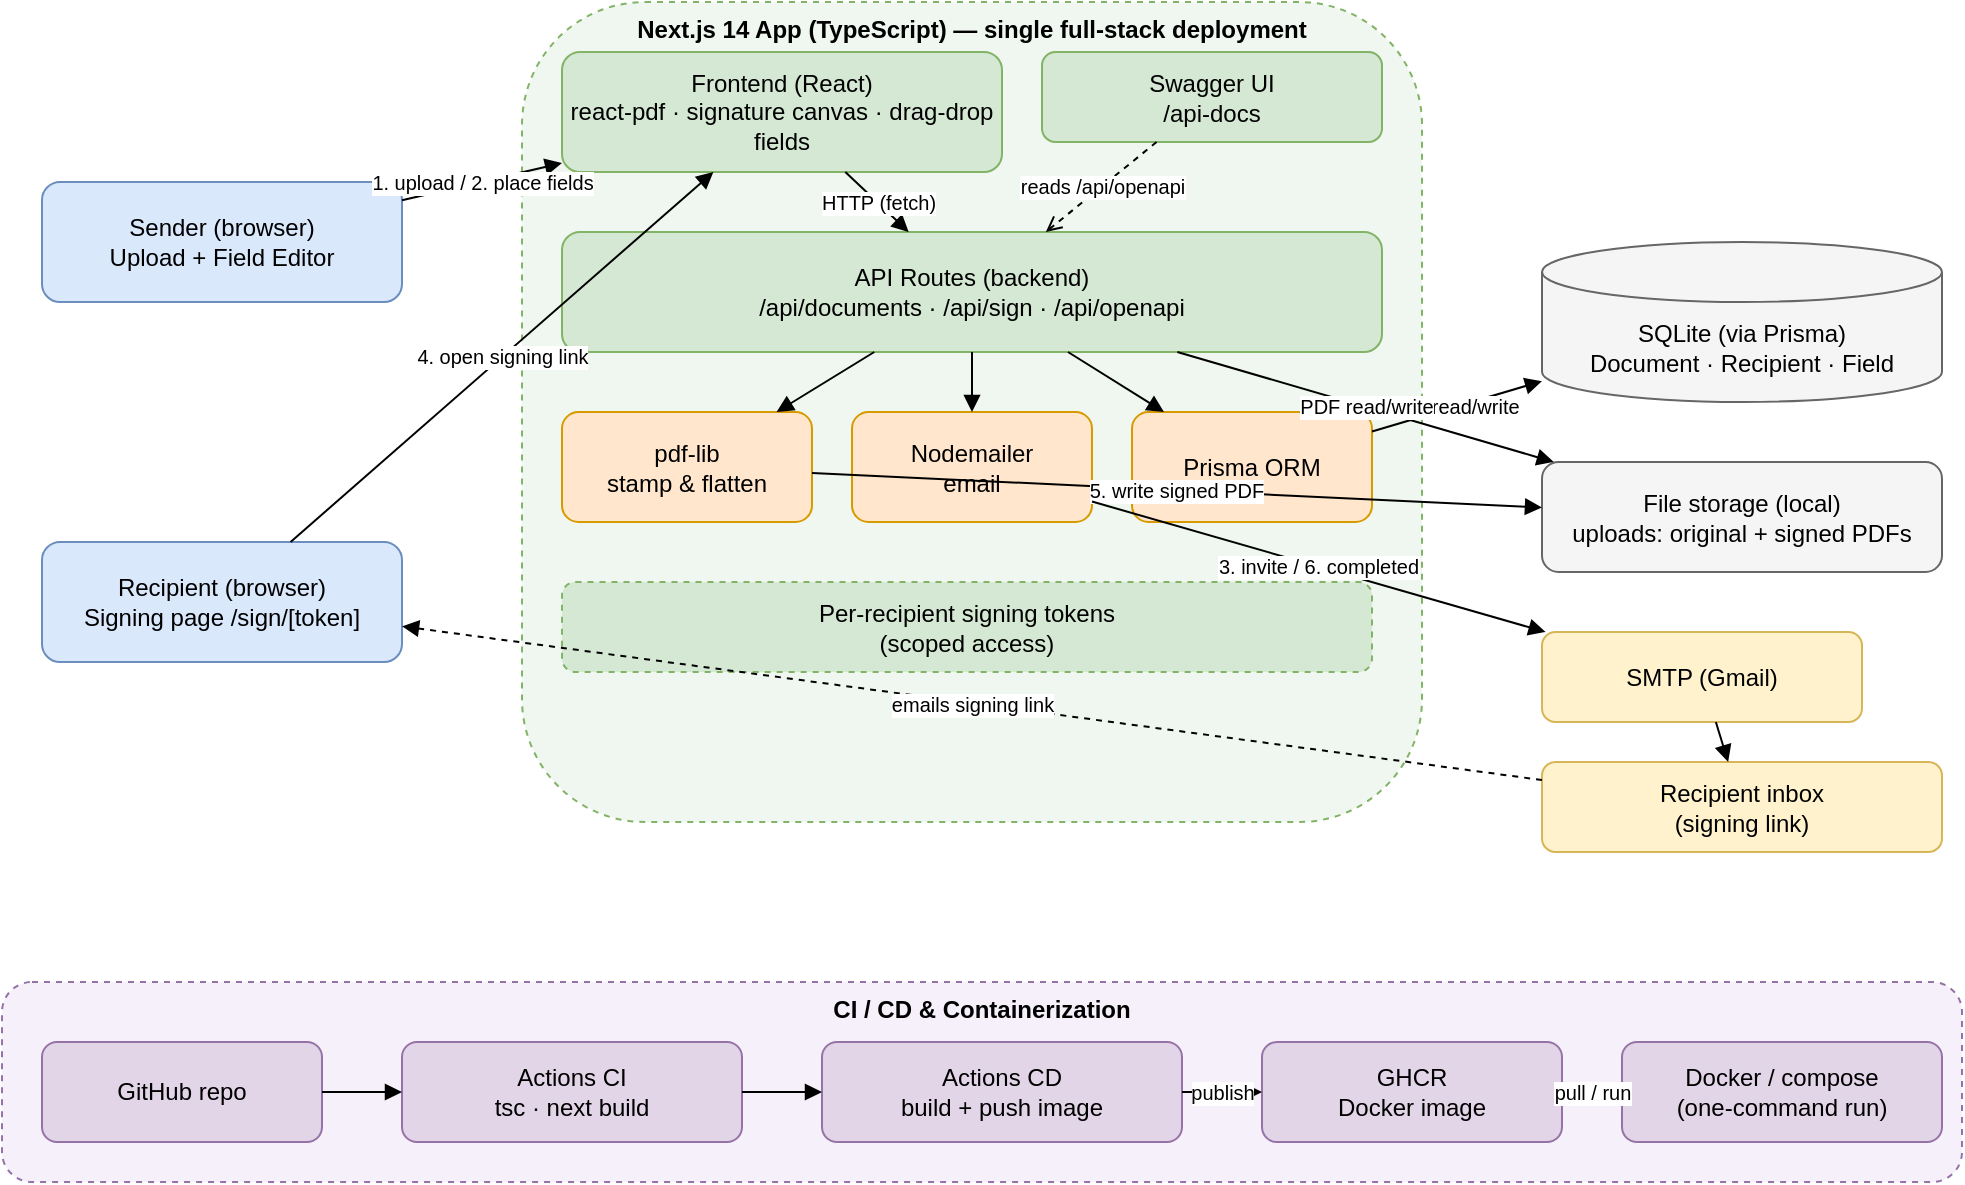
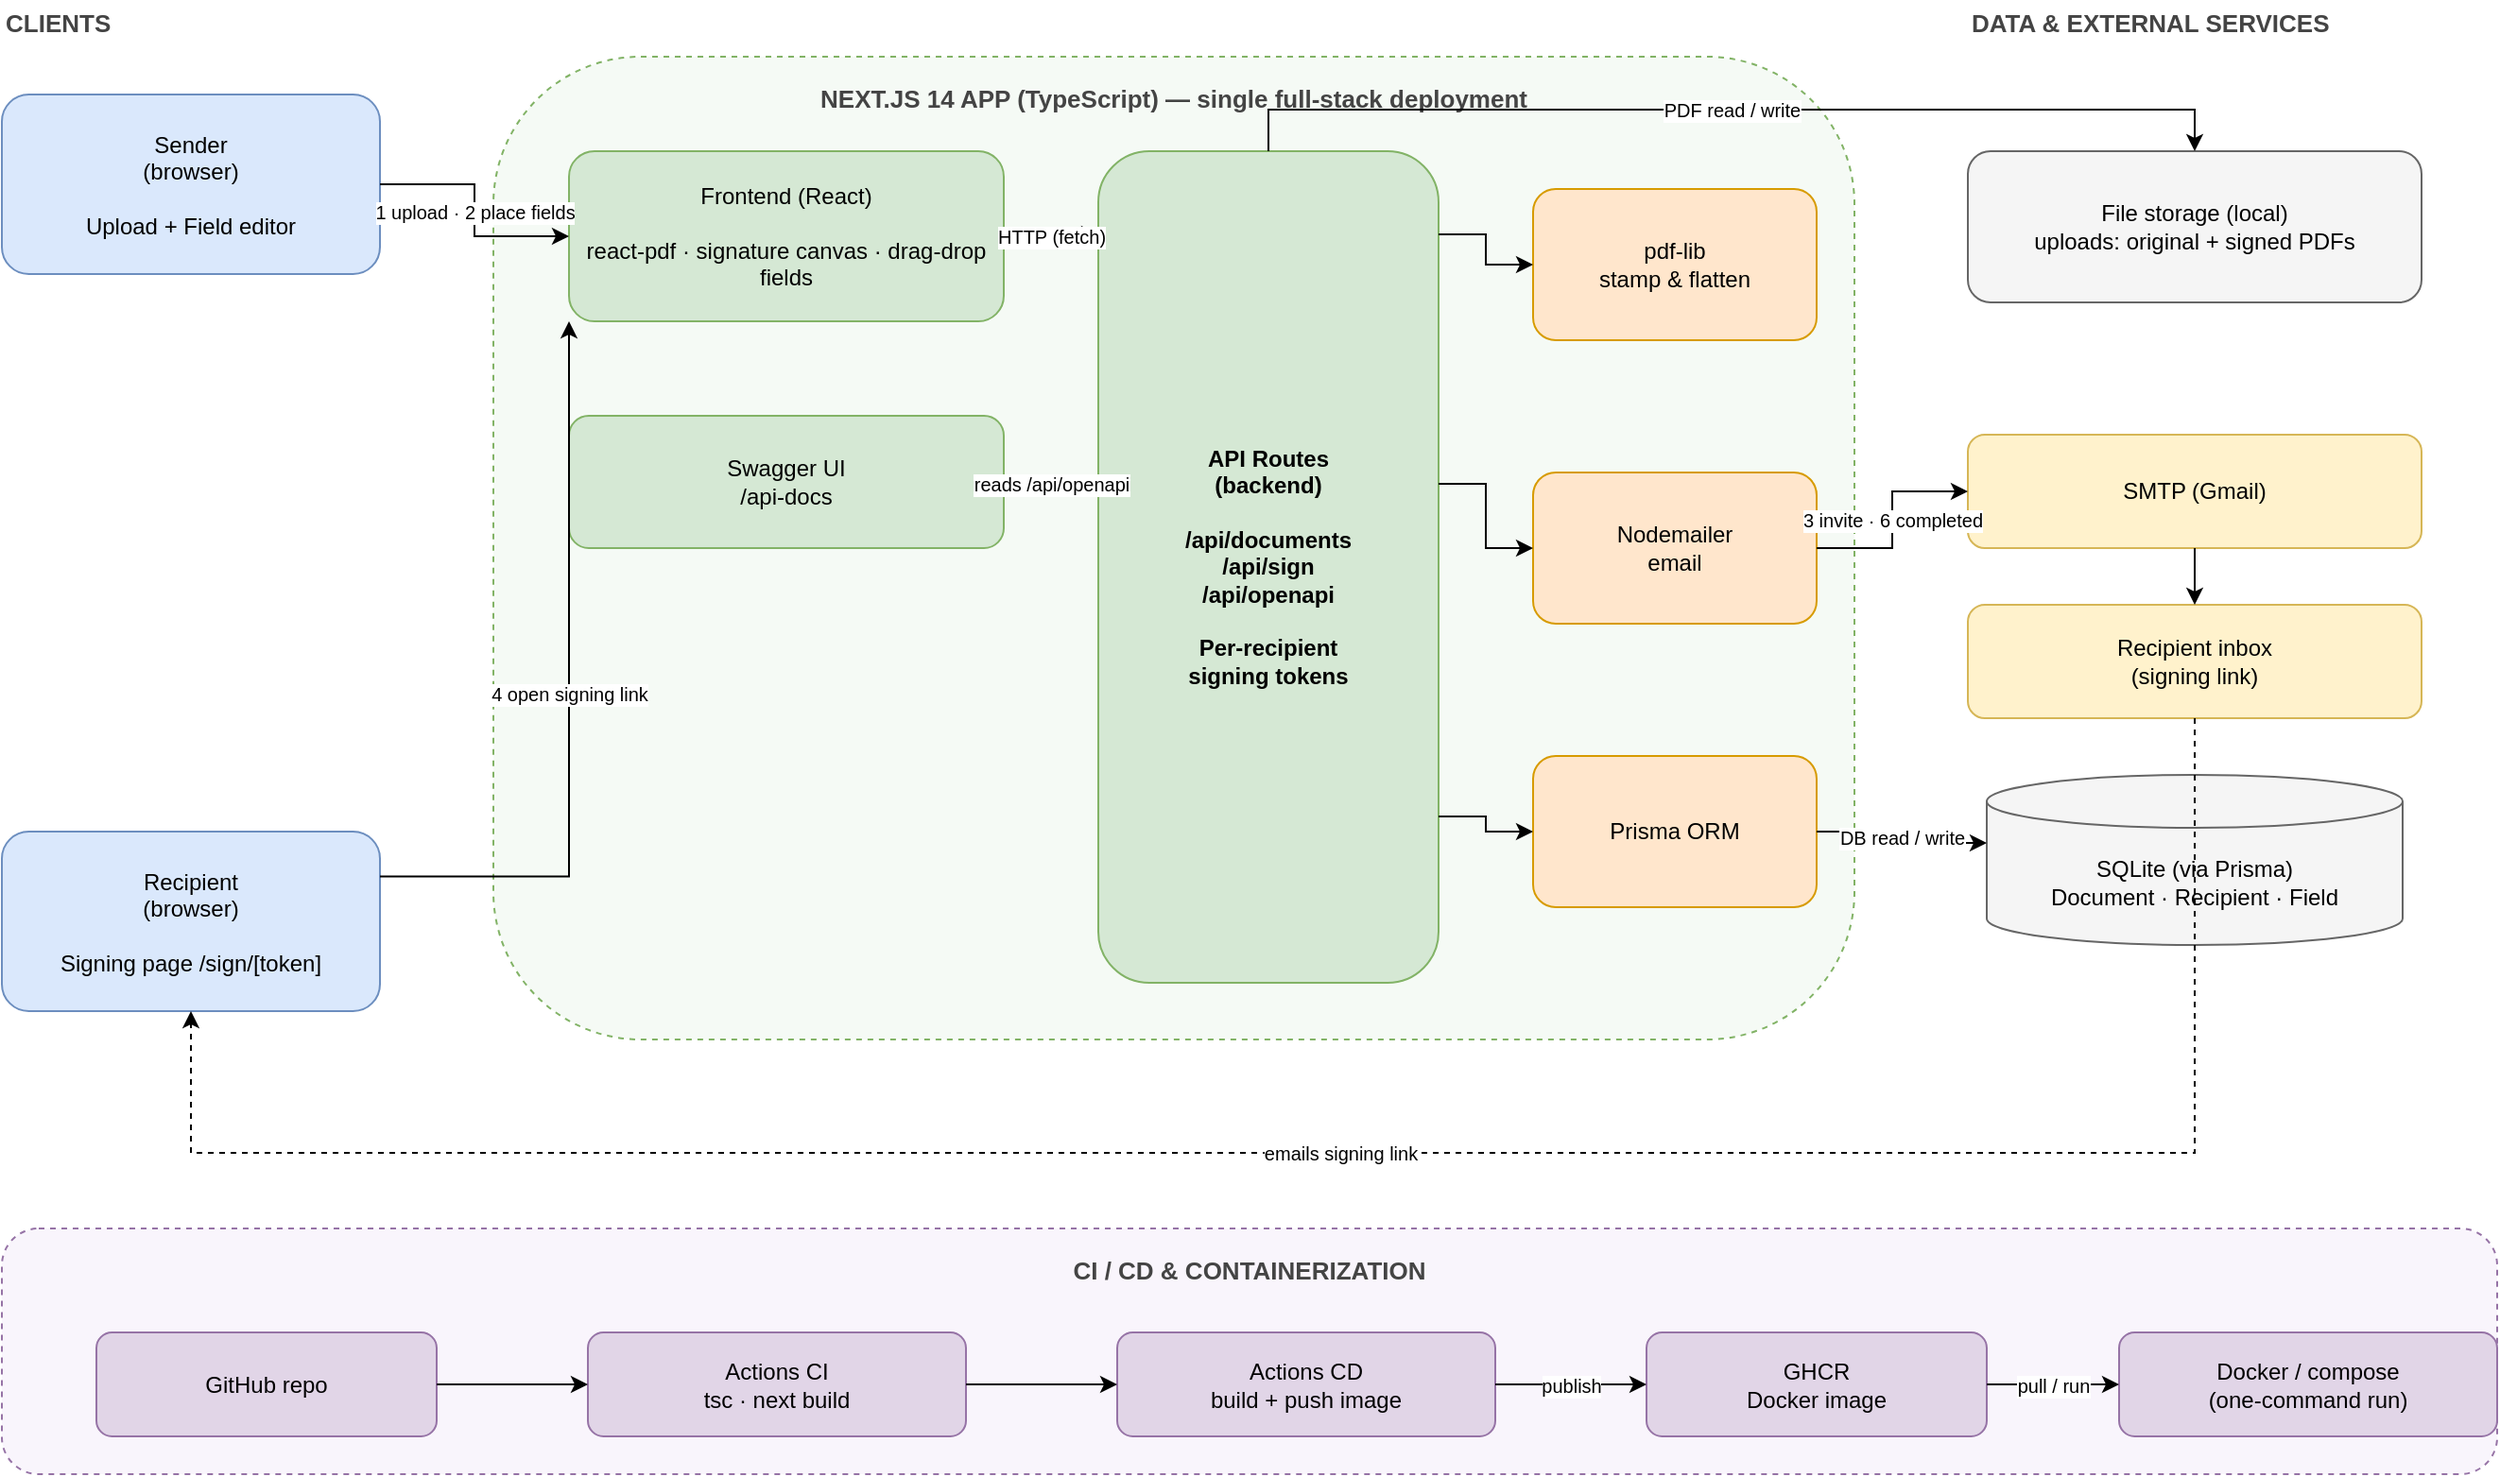
<mxfile host="app.diagrams.net" type="device">
-   <diagram id="esign-mvp" name="esign-mvp architecture">
-     <mxGraphModel dx="1100" dy="760" grid="1" gridSize="10" guides="1" tooltips="1" connect="1" arrows="1" fold="1" page="1" pageScale="1" pageWidth="1169" pageHeight="826" math="0" shadow="0">
+   <diagram id="esign-mvp" name="System architecture">
+     <mxGraphModel dx="1400" dy="900" grid="1" gridSize="10" guides="1" tooltips="1" connect="1" arrows="1" fold="1" page="1" pageScale="1" pageWidth="1400" pageHeight="900" math="0" shadow="0">
      <root>
        <mxCell id="0" />
        <mxCell id="1" parent="0" />

-         <!-- group backgrounds -->
-         <mxCell id="bg_app" value="Next.js 14 App (TypeScript) — single full-stack deployment" style="rounded=1;whiteSpace=wrap;html=1;dashed=1;fillColor=#f0f7f0;strokeColor=#82b366;verticalAlign=top;fontStyle=1;fontSize=12;" vertex="1" parent="1">
-           <mxGeometry x="280" y="30" width="450" height="410" as="geometry" />
+         <!-- section titles -->
+         <mxCell id="t_clients" value="CLIENTS" style="text;html=1;align=left;verticalAlign=middle;fontStyle=1;fontSize=13;fontColor=#444444;" vertex="1" parent="1">
+           <mxGeometry x="40" y="70" width="200" height="24" as="geometry" />
        </mxCell>
-         <mxCell id="bg_devops" value="CI / CD &amp; Containerization" style="rounded=1;whiteSpace=wrap;html=1;dashed=1;fillColor=#f6f0fb;strokeColor=#9673a6;verticalAlign=top;fontStyle=1;fontSize=12;" vertex="1" parent="1">
-           <mxGeometry x="20" y="520" width="980" height="100" as="geometry" />
+         <mxCell id="t_data" value="DATA &amp; EXTERNAL SERVICES" style="text;html=1;align=left;verticalAlign=middle;fontStyle=1;fontSize=13;fontColor=#444444;" vertex="1" parent="1">
+           <mxGeometry x="1080" y="70" width="280" height="24" as="geometry" />
+         </mxCell>
+ 
+         <!-- containers -->
+         <mxCell id="bg_app" value="NEXT.JS 14 APP (TypeScript) — single full-stack deployment" style="rounded=1;whiteSpace=wrap;html=1;dashed=1;fillColor=#f5faf5;strokeColor=#82b366;verticalAlign=top;fontStyle=1;fontSize=13;fontColor=#444444;spacingTop=8;" vertex="1" parent="1">
+           <mxGeometry x="300" y="100" width="720" height="520" as="geometry" />
+         </mxCell>
+         <mxCell id="bg_devops" value="CI / CD &amp; CONTAINERIZATION" style="rounded=1;whiteSpace=wrap;html=1;dashed=1;fillColor=#f9f5fc;strokeColor=#9673a6;verticalAlign=top;fontStyle=1;fontSize=13;fontColor=#444444;spacingTop=8;" vertex="1" parent="1">
+           <mxGeometry x="40" y="720" width="1320" height="130" as="geometry" />
        </mxCell>

        <!-- clients -->
-         <mxCell id="c_sender" value="Sender (browser)&#10;Upload + Field Editor" style="rounded=1;whiteSpace=wrap;html=1;fillColor=#dae8fc;strokeColor=#6c8ebf;" vertex="1" parent="1">
-           <mxGeometry x="40" y="120" width="180" height="60" as="geometry" />
+         <mxCell id="c_sender" value="Sender&#10;(browser)&#10;&#10;Upload + Field editor" style="rounded=1;whiteSpace=wrap;html=1;fillColor=#dae8fc;strokeColor=#6c8ebf;fontSize=12;" vertex="1" parent="1">
+           <mxGeometry x="40" y="120" width="200" height="95" as="geometry" />
        </mxCell>
-         <mxCell id="c_recipient" value="Recipient (browser)&#10;Signing page /sign/[token]" style="rounded=1;whiteSpace=wrap;html=1;fillColor=#dae8fc;strokeColor=#6c8ebf;" vertex="1" parent="1">
-           <mxGeometry x="40" y="300" width="180" height="60" as="geometry" />
+         <mxCell id="c_recipient" value="Recipient&#10;(browser)&#10;&#10;Signing page /sign/[token]" style="rounded=1;whiteSpace=wrap;html=1;fillColor=#dae8fc;strokeColor=#6c8ebf;fontSize=12;" vertex="1" parent="1">
+           <mxGeometry x="40" y="510" width="200" height="95" as="geometry" />
        </mxCell>

        <!-- app internals -->
-         <mxCell id="swagger" value="Swagger UI&#10;/api-docs" style="rounded=1;whiteSpace=wrap;html=1;fillColor=#d5e8d4;strokeColor=#82b366;" vertex="1" parent="1">
-           <mxGeometry x="540" y="55" width="170" height="45" as="geometry" />
+         <mxCell id="fe" value="Frontend (React)&#10;&#10;react-pdf · signature canvas · drag-drop fields" style="rounded=1;whiteSpace=wrap;html=1;fillColor=#d5e8d4;strokeColor=#82b366;fontSize=12;" vertex="1" parent="1">
+           <mxGeometry x="340" y="150" width="230" height="90" as="geometry" />
        </mxCell>
-         <mxCell id="fe" value="Frontend (React)&#10;react-pdf · signature canvas · drag-drop fields" style="rounded=1;whiteSpace=wrap;html=1;fillColor=#d5e8d4;strokeColor=#82b366;" vertex="1" parent="1">
-           <mxGeometry x="300" y="55" width="220" height="60" as="geometry" />
+         <mxCell id="sw" value="Swagger UI&#10;/api-docs" style="rounded=1;whiteSpace=wrap;html=1;fillColor=#d5e8d4;strokeColor=#82b366;fontSize=12;" vertex="1" parent="1">
+           <mxGeometry x="340" y="290" width="230" height="70" as="geometry" />
        </mxCell>
-         <mxCell id="api" value="API Routes (backend)&#10;/api/documents · /api/sign · /api/openapi" style="rounded=1;whiteSpace=wrap;html=1;fillColor=#d5e8d4;strokeColor=#82b366;" vertex="1" parent="1">
-           <mxGeometry x="300" y="145" width="410" height="60" as="geometry" />
+         <mxCell id="api" value="API Routes&#10;(backend)&#10;&#10;/api/documents&#10;/api/sign&#10;/api/openapi&#10;&#10;Per-recipient&#10;signing tokens" style="rounded=1;whiteSpace=wrap;html=1;fillColor=#d5e8d4;strokeColor=#82b366;fontSize=12;fontStyle=1;verticalAlign=middle;" vertex="1" parent="1">
+           <mxGeometry x="620" y="150" width="180" height="440" as="geometry" />
        </mxCell>
-         <mxCell id="lib_stamp" value="pdf-lib&#10;stamp &amp; flatten" style="rounded=1;whiteSpace=wrap;html=1;fillColor=#ffe6cc;strokeColor=#d79b00;" vertex="1" parent="1">
-           <mxGeometry x="300" y="235" width="125" height="55" as="geometry" />
+         <mxCell id="stamp" value="pdf-lib&#10;stamp &amp; flatten" style="rounded=1;whiteSpace=wrap;html=1;fillColor=#ffe6cc;strokeColor=#d79b00;fontSize=12;" vertex="1" parent="1">
+           <mxGeometry x="850" y="170" width="150" height="80" as="geometry" />
        </mxCell>
-         <mxCell id="lib_email" value="Nodemailer&#10;email" style="rounded=1;whiteSpace=wrap;html=1;fillColor=#ffe6cc;strokeColor=#d79b00;" vertex="1" parent="1">
-           <mxGeometry x="445" y="235" width="120" height="55" as="geometry" />
+         <mxCell id="mail" value="Nodemailer&#10;email" style="rounded=1;whiteSpace=wrap;html=1;fillColor=#ffe6cc;strokeColor=#d79b00;fontSize=12;" vertex="1" parent="1">
+           <mxGeometry x="850" y="320" width="150" height="80" as="geometry" />
        </mxCell>
-         <mxCell id="lib_prisma" value="Prisma ORM" style="rounded=1;whiteSpace=wrap;html=1;fillColor=#ffe6cc;strokeColor=#d79b00;" vertex="1" parent="1">
-           <mxGeometry x="585" y="235" width="120" height="55" as="geometry" />
-         </mxCell>
-         <mxCell id="auth" value="Per-recipient signing tokens&#10;(scoped access)" style="rounded=1;whiteSpace=wrap;html=1;fillColor=#d5e8d4;strokeColor=#82b366;dashed=1;" vertex="1" parent="1">
-           <mxGeometry x="300" y="320" width="405" height="45" as="geometry" />
+         <mxCell id="prisma" value="Prisma ORM" style="rounded=1;whiteSpace=wrap;html=1;fillColor=#ffe6cc;strokeColor=#d79b00;fontSize=12;" vertex="1" parent="1">
+           <mxGeometry x="850" y="470" width="150" height="80" as="geometry" />
        </mxCell>

-         <!-- data + external -->
-         <mxCell id="db" value="SQLite (via Prisma)&#10;Document · Recipient · Field" style="shape=cylinder3;whiteSpace=wrap;html=1;boundedLbl=1;backgroundOutline=1;fillColor=#f5f5f5;strokeColor=#666666;" vertex="1" parent="1">
-           <mxGeometry x="790" y="150" width="200" height="80" as="geometry" />
+         <!-- data + external services -->
+         <mxCell id="files" value="File storage (local)&#10;uploads: original + signed PDFs" style="rounded=1;whiteSpace=wrap;html=1;fillColor=#f5f5f5;strokeColor=#666666;fontSize=12;" vertex="1" parent="1">
+           <mxGeometry x="1080" y="150" width="240" height="80" as="geometry" />
        </mxCell>
-         <mxCell id="files" value="File storage (local)&#10;uploads: original + signed PDFs" style="rounded=1;whiteSpace=wrap;html=1;fillColor=#f5f5f5;strokeColor=#666666;" vertex="1" parent="1">
-           <mxGeometry x="790" y="260" width="200" height="55" as="geometry" />
+         <mxCell id="smtp" value="SMTP (Gmail)" style="rounded=1;whiteSpace=wrap;html=1;fillColor=#fff2cc;strokeColor=#d6b656;fontSize=12;" vertex="1" parent="1">
+           <mxGeometry x="1080" y="300" width="240" height="60" as="geometry" />
        </mxCell>
-         <mxCell id="smtp" value="SMTP (Gmail)" style="rounded=1;whiteSpace=wrap;html=1;fillColor=#fff2cc;strokeColor=#d6b656;" vertex="1" parent="1">
-           <mxGeometry x="790" y="345" width="160" height="45" as="geometry" />
+         <mxCell id="inbox" value="Recipient inbox&#10;(signing link)" style="rounded=1;whiteSpace=wrap;html=1;fillColor=#fff2cc;strokeColor=#d6b656;fontSize=12;" vertex="1" parent="1">
+           <mxGeometry x="1080" y="390" width="240" height="60" as="geometry" />
        </mxCell>
-         <mxCell id="inbox" value="Recipient inbox&#10;(signing link)" style="rounded=1;whiteSpace=wrap;html=1;fillColor=#fff2cc;strokeColor=#d6b656;" vertex="1" parent="1">
-           <mxGeometry x="790" y="410" width="200" height="45" as="geometry" />
+         <mxCell id="db" value="SQLite (via Prisma)&#10;Document · Recipient · Field" style="shape=cylinder3;whiteSpace=wrap;html=1;boundedLbl=1;backgroundOutline=1;size=14;fillColor=#f5f5f5;strokeColor=#666666;fontSize=12;" vertex="1" parent="1">
+           <mxGeometry x="1090" y="480" width="220" height="90" as="geometry" />
        </mxCell>

        <!-- devops -->
-         <mxCell id="gh" value="GitHub repo" style="rounded=1;whiteSpace=wrap;html=1;fillColor=#e1d5e7;strokeColor=#9673a6;" vertex="1" parent="1">
-           <mxGeometry x="40" y="550" width="140" height="50" as="geometry" />
+         <mxCell id="gh" value="GitHub repo" style="rounded=1;whiteSpace=wrap;html=1;fillColor=#e1d5e7;strokeColor=#9673a6;fontSize=12;" vertex="1" parent="1">
+           <mxGeometry x="90" y="775" width="180" height="55" as="geometry" />
        </mxCell>
-         <mxCell id="ci" value="Actions CI&#10;tsc · next build" style="rounded=1;whiteSpace=wrap;html=1;fillColor=#e1d5e7;strokeColor=#9673a6;" vertex="1" parent="1">
-           <mxGeometry x="220" y="550" width="170" height="50" as="geometry" />
+         <mxCell id="ci" value="Actions CI&#10;tsc · next build" style="rounded=1;whiteSpace=wrap;html=1;fillColor=#e1d5e7;strokeColor=#9673a6;fontSize=12;" vertex="1" parent="1">
+           <mxGeometry x="350" y="775" width="200" height="55" as="geometry" />
        </mxCell>
-         <mxCell id="cd" value="Actions CD&#10;build + push image" style="rounded=1;whiteSpace=wrap;html=1;fillColor=#e1d5e7;strokeColor=#9673a6;" vertex="1" parent="1">
-           <mxGeometry x="430" y="550" width="180" height="50" as="geometry" />
+         <mxCell id="cd" value="Actions CD&#10;build + push image" style="rounded=1;whiteSpace=wrap;html=1;fillColor=#e1d5e7;strokeColor=#9673a6;fontSize=12;" vertex="1" parent="1">
+           <mxGeometry x="630" y="775" width="200" height="55" as="geometry" />
        </mxCell>
-         <mxCell id="ghcr" value="GHCR&#10;Docker image" style="rounded=1;whiteSpace=wrap;html=1;fillColor=#e1d5e7;strokeColor=#9673a6;" vertex="1" parent="1">
-           <mxGeometry x="650" y="550" width="150" height="50" as="geometry" />
+         <mxCell id="ghcr" value="GHCR&#10;Docker image" style="rounded=1;whiteSpace=wrap;html=1;fillColor=#e1d5e7;strokeColor=#9673a6;fontSize=12;" vertex="1" parent="1">
+           <mxGeometry x="910" y="775" width="180" height="55" as="geometry" />
        </mxCell>
-         <mxCell id="docker" value="Docker / compose&#10;(one-command run)" style="rounded=1;whiteSpace=wrap;html=1;fillColor=#e1d5e7;strokeColor=#9673a6;" vertex="1" parent="1">
-           <mxGeometry x="830" y="550" width="160" height="50" as="geometry" />
+         <mxCell id="docker" value="Docker / compose&#10;(one-command run)" style="rounded=1;whiteSpace=wrap;html=1;fillColor=#e1d5e7;strokeColor=#9673a6;fontSize=12;" vertex="1" parent="1">
+           <mxGeometry x="1160" y="775" width="200" height="55" as="geometry" />
        </mxCell>

-         <!-- edges -->
-         <mxCell id="e1" value="1. upload / 2. place fields" style="endArrow=block;html=1;fontSize=10;" edge="1" parent="1" source="c_sender" target="fe"><mxGeometry relative="1" as="geometry" /></mxCell>
-         <mxCell id="e2" value="4. open signing link" style="endArrow=block;html=1;fontSize=10;" edge="1" parent="1" source="c_recipient" target="fe"><mxGeometry relative="1" as="geometry" /></mxCell>
-         <mxCell id="e3" value="HTTP (fetch)" style="endArrow=block;html=1;fontSize=10;" edge="1" parent="1" source="fe" target="api"><mxGeometry relative="1" as="geometry" /></mxCell>
-         <mxCell id="e4" style="endArrow=block;html=1;" edge="1" parent="1" source="api" target="lib_stamp"><mxGeometry relative="1" as="geometry" /></mxCell>
-         <mxCell id="e5" style="endArrow=block;html=1;" edge="1" parent="1" source="api" target="lib_email"><mxGeometry relative="1" as="geometry" /></mxCell>
-         <mxCell id="e6" style="endArrow=block;html=1;" edge="1" parent="1" source="api" target="lib_prisma"><mxGeometry relative="1" as="geometry" /></mxCell>
-         <mxCell id="e7" value="DB read/write" style="endArrow=block;html=1;fontSize=10;" edge="1" parent="1" source="lib_prisma" target="db"><mxGeometry relative="1" as="geometry" /></mxCell>
-         <mxCell id="e8" value="PDF read/write" style="endArrow=block;html=1;fontSize=10;" edge="1" parent="1" source="api" target="files"><mxGeometry relative="1" as="geometry" /></mxCell>
-         <mxCell id="e9" value="5. write signed PDF" style="endArrow=block;html=1;fontSize=10;" edge="1" parent="1" source="lib_stamp" target="files"><mxGeometry relative="1" as="geometry" /></mxCell>
-         <mxCell id="e10" value="3. invite / 6. completed" style="endArrow=block;html=1;fontSize=10;" edge="1" parent="1" source="lib_email" target="smtp"><mxGeometry relative="1" as="geometry" /></mxCell>
-         <mxCell id="e11" style="endArrow=block;html=1;" edge="1" parent="1" source="smtp" target="inbox"><mxGeometry relative="1" as="geometry" /></mxCell>
-         <mxCell id="e12" value="emails signing link" style="endArrow=block;html=1;dashed=1;fontSize=10;" edge="1" parent="1" source="inbox" target="c_recipient"><mxGeometry relative="1" as="geometry" /></mxCell>
-         <mxCell id="e13" value="reads /api/openapi" style="endArrow=open;html=1;dashed=1;fontSize=10;" edge="1" parent="1" source="swagger" target="api"><mxGeometry relative="1" as="geometry" /></mxCell>
-         <mxCell id="e14" style="endArrow=block;html=1;" edge="1" parent="1" source="gh" target="ci"><mxGeometry relative="1" as="geometry" /></mxCell>
-         <mxCell id="e15" style="endArrow=block;html=1;" edge="1" parent="1" source="ci" target="cd"><mxGeometry relative="1" as="geometry" /></mxCell>
-         <mxCell id="e16" value="publish" style="endArrow=block;html=1;fontSize=10;" edge="1" parent="1" source="cd" target="ghcr"><mxGeometry relative="1" as="geometry" /></mxCell>
-         <mxCell id="e17" value="pull / run" style="endArrow=block;html=1;fontSize=10;" edge="1" parent="1" source="ghcr" target="docker"><mxGeometry relative="1" as="geometry" /></mxCell>
+         <!-- edges: client <-> app -->
+         <mxCell id="e_s1" value="1 upload · 2 place fields" style="edgeStyle=orthogonalEdgeStyle;rounded=0;html=1;fontSize=10;exitX=1;exitY=0.5;entryX=0;entryY=0.5;" edge="1" parent="1" source="c_sender" target="fe"><mxGeometry relative="1" as="geometry" /></mxCell>
+         <mxCell id="e_r1" value="4 open signing link" style="edgeStyle=orthogonalEdgeStyle;rounded=0;html=1;fontSize=10;exitX=1;exitY=0.25;entryX=0;entryY=1;" edge="1" parent="1" source="c_recipient" target="fe"><mxGeometry relative="1" as="geometry" /></mxCell>
+ 
+         <!-- edges: app internal -->
+         <mxCell id="e_fe_api" value="HTTP (fetch)" style="edgeStyle=orthogonalEdgeStyle;rounded=0;html=1;fontSize=10;exitX=1;exitY=0.5;entryX=0;entryY=0.1;" edge="1" parent="1" source="fe" target="api"><mxGeometry relative="1" as="geometry" /></mxCell>
+         <mxCell id="e_sw_api" value="reads /api/openapi" style="edgeStyle=orthogonalEdgeStyle;rounded=0;html=1;dashed=1;fontSize=10;exitX=1;exitY=0.5;entryX=0;entryY=0.4;endArrow=open;" edge="1" parent="1" source="sw" target="api"><mxGeometry relative="1" as="geometry" /></mxCell>
+         <mxCell id="e_api_stamp" style="edgeStyle=orthogonalEdgeStyle;rounded=0;html=1;exitX=1;exitY=0.1;entryX=0;entryY=0.5;" edge="1" parent="1" source="api" target="stamp"><mxGeometry relative="1" as="geometry" /></mxCell>
+         <mxCell id="e_api_mail" style="edgeStyle=orthogonalEdgeStyle;rounded=0;html=1;exitX=1;exitY=0.4;entryX=0;entryY=0.5;" edge="1" parent="1" source="api" target="mail"><mxGeometry relative="1" as="geometry" /></mxCell>
+         <mxCell id="e_api_prisma" style="edgeStyle=orthogonalEdgeStyle;rounded=0;html=1;exitX=1;exitY=0.8;entryX=0;entryY=0.5;" edge="1" parent="1" source="api" target="prisma"><mxGeometry relative="1" as="geometry" /></mxCell>
+ 
+         <!-- edges: app -> data/services -->
+         <mxCell id="e_api_files" value="PDF read / write" style="edgeStyle=orthogonalEdgeStyle;rounded=0;html=1;fontSize=10;exitX=0.5;exitY=0;entryX=0.5;entryY=0;" edge="1" parent="1" source="api" target="files">
+           <mxGeometry relative="1" as="geometry">
+             <Array as="points">
+               <mxPoint x="710" y="128" />
+               <mxPoint x="1200" y="128" />
+             </Array>
+           </mxGeometry>
+         </mxCell>
+         <mxCell id="e_mail_smtp" value="3 invite · 6 completed" style="edgeStyle=orthogonalEdgeStyle;rounded=0;html=1;fontSize=10;exitX=1;exitY=0.5;entryX=0;entryY=0.5;" edge="1" parent="1" source="mail" target="smtp"><mxGeometry relative="1" as="geometry" /></mxCell>
+         <mxCell id="e_smtp_inbox" style="edgeStyle=orthogonalEdgeStyle;rounded=0;html=1;exitX=0.5;exitY=1;entryX=0.5;entryY=0;" edge="1" parent="1" source="smtp" target="inbox"><mxGeometry relative="1" as="geometry" /></mxCell>
+         <mxCell id="e_prisma_db" value="DB read / write" style="edgeStyle=orthogonalEdgeStyle;rounded=0;html=1;fontSize=10;exitX=1;exitY=0.5;entryX=0;entryY=0.4;" edge="1" parent="1" source="prisma" target="db"><mxGeometry relative="1" as="geometry" /></mxCell>
+ 
+         <!-- edge: email delivers signing link back to recipient -->
+         <mxCell id="e_inbox_rec" value="emails signing link" style="edgeStyle=orthogonalEdgeStyle;rounded=0;html=1;dashed=1;fontSize=10;exitX=0.5;exitY=1;entryX=0.5;entryY=1;" edge="1" parent="1" source="inbox" target="c_recipient">
+           <mxGeometry relative="1" as="geometry">
+             <Array as="points">
+               <mxPoint x="1200" y="680" />
+               <mxPoint x="140" y="680" />
+             </Array>
+           </mxGeometry>
+         </mxCell>
+ 
+         <!-- edges: devops -->
+         <mxCell id="e_gh_ci" style="edgeStyle=orthogonalEdgeStyle;rounded=0;html=1;exitX=1;exitY=0.5;entryX=0;entryY=0.5;" edge="1" parent="1" source="gh" target="ci"><mxGeometry relative="1" as="geometry" /></mxCell>
+         <mxCell id="e_ci_cd" style="edgeStyle=orthogonalEdgeStyle;rounded=0;html=1;exitX=1;exitY=0.5;entryX=0;entryY=0.5;" edge="1" parent="1" source="ci" target="cd"><mxGeometry relative="1" as="geometry" /></mxCell>
+         <mxCell id="e_cd_ghcr" value="publish" style="edgeStyle=orthogonalEdgeStyle;rounded=0;html=1;fontSize=10;exitX=1;exitY=0.5;entryX=0;entryY=0.5;" edge="1" parent="1" source="cd" target="ghcr"><mxGeometry relative="1" as="geometry" /></mxCell>
+         <mxCell id="e_ghcr_docker" value="pull / run" style="edgeStyle=orthogonalEdgeStyle;rounded=0;html=1;fontSize=10;exitX=1;exitY=0.5;entryX=0;entryY=0.5;" edge="1" parent="1" source="ghcr" target="docker"><mxGeometry relative="1" as="geometry" /></mxCell>
      </root>
    </mxGraphModel>
  </diagram>
  <diagram id="signing-pipeline" name="Signing pipeline (business flow)">
-     <mxGraphModel dx="1100" dy="760" grid="1" gridSize="10" guides="1" tooltips="1" connect="1" arrows="1" fold="1" page="1" pageScale="1" pageWidth="1169" pageHeight="826" math="0" shadow="0">
+     <mxGraphModel dx="1400" dy="900" grid="1" gridSize="10" guides="1" tooltips="1" connect="1" arrows="1" fold="1" page="1" pageScale="1" pageWidth="1400" pageHeight="900" math="0" shadow="0">
      <root>
        <mxCell id="0" />
        <mxCell id="1" parent="0" />

        <mxCell id="t_title" value="e-Sign workflow — what happens, end to end" style="text;html=1;align=left;verticalAlign=middle;fontStyle=1;fontSize=16;" vertex="1" parent="1">
-           <mxGeometry x="40" y="40" width="520" height="30" as="geometry" />
+           <mxGeometry x="40" y="40" width="560" height="30" as="geometry" />
        </mxCell>
-         <mxCell id="t_legend" value="Blue = Sender acts&#10;Orange = Recipient acts&#10;Green = System does it automatically" style="text;html=1;align=left;verticalAlign=top;fontSize=11;" vertex="1" parent="1">
-           <mxGeometry x="40" y="70" width="520" height="55" as="geometry" />
+         <mxCell id="t_legend" value="Blue = Sender acts     ·     Orange = Recipient acts     ·     Green = System does it automatically" style="text;html=1;align=left;verticalAlign=top;fontSize=12;fontColor=#555555;" vertex="1" parent="1">
+           <mxGeometry x="40" y="72" width="760" height="24" as="geometry" />
        </mxCell>

-         <mxCell id="p1" value="1. Upload&#10;Sender uploads the PDF to be signed" style="rounded=1;whiteSpace=wrap;html=1;fillColor=#dae8fc;strokeColor=#6c8ebf;fontSize=12;" vertex="1" parent="1">
-           <mxGeometry x="40" y="160" width="160" height="80" as="geometry" />
+         <mxCell id="p1" value="1. Upload&#10;&#10;Sender uploads the PDF to be signed" style="rounded=1;whiteSpace=wrap;html=1;fillColor=#dae8fc;strokeColor=#6c8ebf;fontSize=13;" vertex="1" parent="1">
+           <mxGeometry x="40" y="160" width="180" height="110" as="geometry" />
        </mxCell>
-         <mxCell id="p2" value="2. Prepare&#10;Drop signature / text / date / checkbox / radio fields and assign each recipient" style="rounded=1;whiteSpace=wrap;html=1;fillColor=#dae8fc;strokeColor=#6c8ebf;fontSize=12;" vertex="1" parent="1">
-           <mxGeometry x="240" y="160" width="160" height="80" as="geometry" />
+         <mxCell id="p2" value="2. Prepare&#10;&#10;Drop signature / text / date / checkbox / radio fields and assign each recipient" style="rounded=1;whiteSpace=wrap;html=1;fillColor=#dae8fc;strokeColor=#6c8ebf;fontSize=13;" vertex="1" parent="1">
+           <mxGeometry x="270" y="160" width="180" height="110" as="geometry" />
        </mxCell>
-         <mxCell id="p3" value="3. Send&#10;Each recipient is emailed a unique, private signing link" style="rounded=1;whiteSpace=wrap;html=1;fillColor=#dae8fc;strokeColor=#6c8ebf;fontSize=12;" vertex="1" parent="1">
-           <mxGeometry x="440" y="160" width="160" height="80" as="geometry" />
+         <mxCell id="p3" value="3. Send&#10;&#10;Each recipient is emailed a unique, private signing link" style="rounded=1;whiteSpace=wrap;html=1;fillColor=#dae8fc;strokeColor=#6c8ebf;fontSize=13;" vertex="1" parent="1">
+           <mxGeometry x="500" y="160" width="180" height="110" as="geometry" />
        </mxCell>
-         <mxCell id="p4" value="4. Sign&#10;Recipient opens the link and fills &amp; signs in the browser (name/date pre-filled)" style="rounded=1;whiteSpace=wrap;html=1;fillColor=#ffe6cc;strokeColor=#d79b00;fontSize=12;" vertex="1" parent="1">
-           <mxGeometry x="640" y="160" width="160" height="80" as="geometry" />
+         <mxCell id="p4" value="4. Sign&#10;&#10;Recipient opens the link and fills &amp; signs in the browser (name &amp; date pre-filled)" style="rounded=1;whiteSpace=wrap;html=1;fillColor=#ffe6cc;strokeColor=#d79b00;fontSize=13;" vertex="1" parent="1">
+           <mxGeometry x="730" y="160" width="180" height="110" as="geometry" />
        </mxCell>
-         <mxCell id="p5" value="5. Finalize&#10;Signature image and all values are flattened into the PDF" style="rounded=1;whiteSpace=wrap;html=1;fillColor=#d5e8d4;strokeColor=#82b366;fontSize=12;" vertex="1" parent="1">
-           <mxGeometry x="840" y="160" width="160" height="80" as="geometry" />
+         <mxCell id="p5" value="5. Finalize&#10;&#10;Signature image and all values are flattened into the PDF" style="rounded=1;whiteSpace=wrap;html=1;fillColor=#d5e8d4;strokeColor=#82b366;fontSize=13;" vertex="1" parent="1">
+           <mxGeometry x="960" y="160" width="180" height="110" as="geometry" />
        </mxCell>
-         <mxCell id="p6" value="6. Complete&#10;When everyone has signed, the sender gets the finished, signed PDF to download" style="rounded=1;whiteSpace=wrap;html=1;fillColor=#d5e8d4;strokeColor=#82b366;fontSize=12;" vertex="1" parent="1">
-           <mxGeometry x="1040" y="160" width="160" height="80" as="geometry" />
+         <mxCell id="p6" value="6. Complete&#10;&#10;When everyone has signed, the sender gets the finished, signed PDF to download" style="rounded=1;whiteSpace=wrap;html=1;fillColor=#d5e8d4;strokeColor=#82b366;fontSize=13;" vertex="1" parent="1">
+           <mxGeometry x="1190" y="160" width="180" height="110" as="geometry" />
        </mxCell>

-         <mxCell id="f1" style="endArrow=block;html=1;strokeWidth=2;" edge="1" parent="1" source="p1" target="p2"><mxGeometry relative="1" as="geometry" /></mxCell>
-         <mxCell id="f2" style="endArrow=block;html=1;strokeWidth=2;" edge="1" parent="1" source="p2" target="p3"><mxGeometry relative="1" as="geometry" /></mxCell>
-         <mxCell id="f3" style="endArrow=block;html=1;strokeWidth=2;" edge="1" parent="1" source="p3" target="p4"><mxGeometry relative="1" as="geometry" /></mxCell>
-         <mxCell id="f4" style="endArrow=block;html=1;strokeWidth=2;" edge="1" parent="1" source="p4" target="p5"><mxGeometry relative="1" as="geometry" /></mxCell>
-         <mxCell id="f5" style="endArrow=block;html=1;strokeWidth=2;" edge="1" parent="1" source="p5" target="p6"><mxGeometry relative="1" as="geometry" /></mxCell>
+         <mxCell id="f1" style="edgeStyle=orthogonalEdgeStyle;rounded=0;html=1;strokeWidth=2;endArrow=block;" edge="1" parent="1" source="p1" target="p2"><mxGeometry relative="1" as="geometry" /></mxCell>
+         <mxCell id="f2" style="edgeStyle=orthogonalEdgeStyle;rounded=0;html=1;strokeWidth=2;endArrow=block;" edge="1" parent="1" source="p2" target="p3"><mxGeometry relative="1" as="geometry" /></mxCell>
+         <mxCell id="f3" style="edgeStyle=orthogonalEdgeStyle;rounded=0;html=1;strokeWidth=2;endArrow=block;" edge="1" parent="1" source="p3" target="p4"><mxGeometry relative="1" as="geometry" /></mxCell>
+         <mxCell id="f4" style="edgeStyle=orthogonalEdgeStyle;rounded=0;html=1;strokeWidth=2;endArrow=block;" edge="1" parent="1" source="p4" target="p5"><mxGeometry relative="1" as="geometry" /></mxCell>
+         <mxCell id="f5" style="edgeStyle=orthogonalEdgeStyle;rounded=0;html=1;strokeWidth=2;endArrow=block;" edge="1" parent="1" source="p5" target="p6"><mxGeometry relative="1" as="geometry" /></mxCell>
      </root>
    </mxGraphModel>
  </diagram>
</mxfile>
